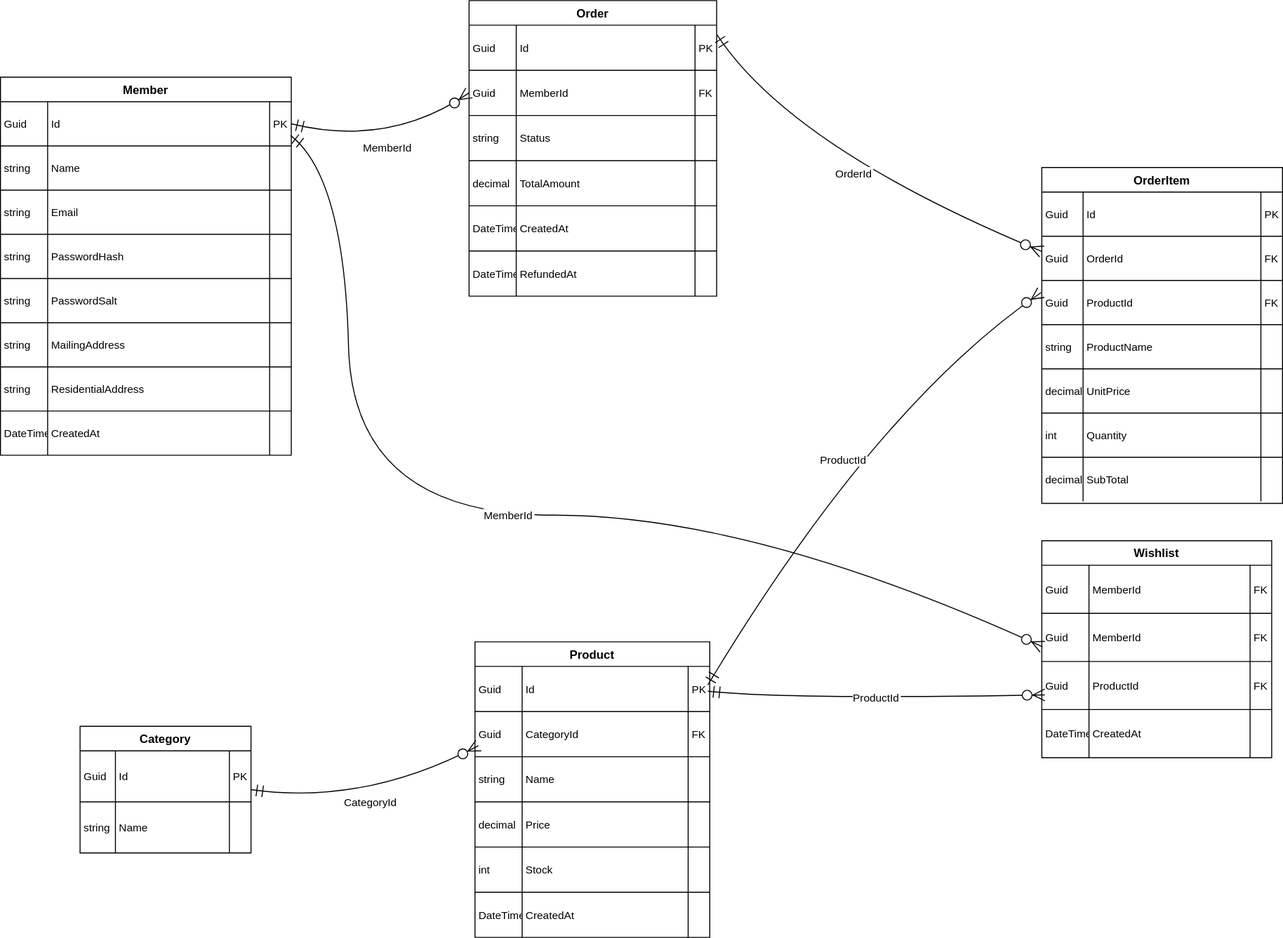
This is docs/資料表關聯.drawio.svg from qaz54783305/MiraiShop, a draw.io export, as it was before one commit. Source tidied: cells renumbered, new cells last; positions are measured from the earlier drawing's top-left corner, leaving out a move shared by most shapes.
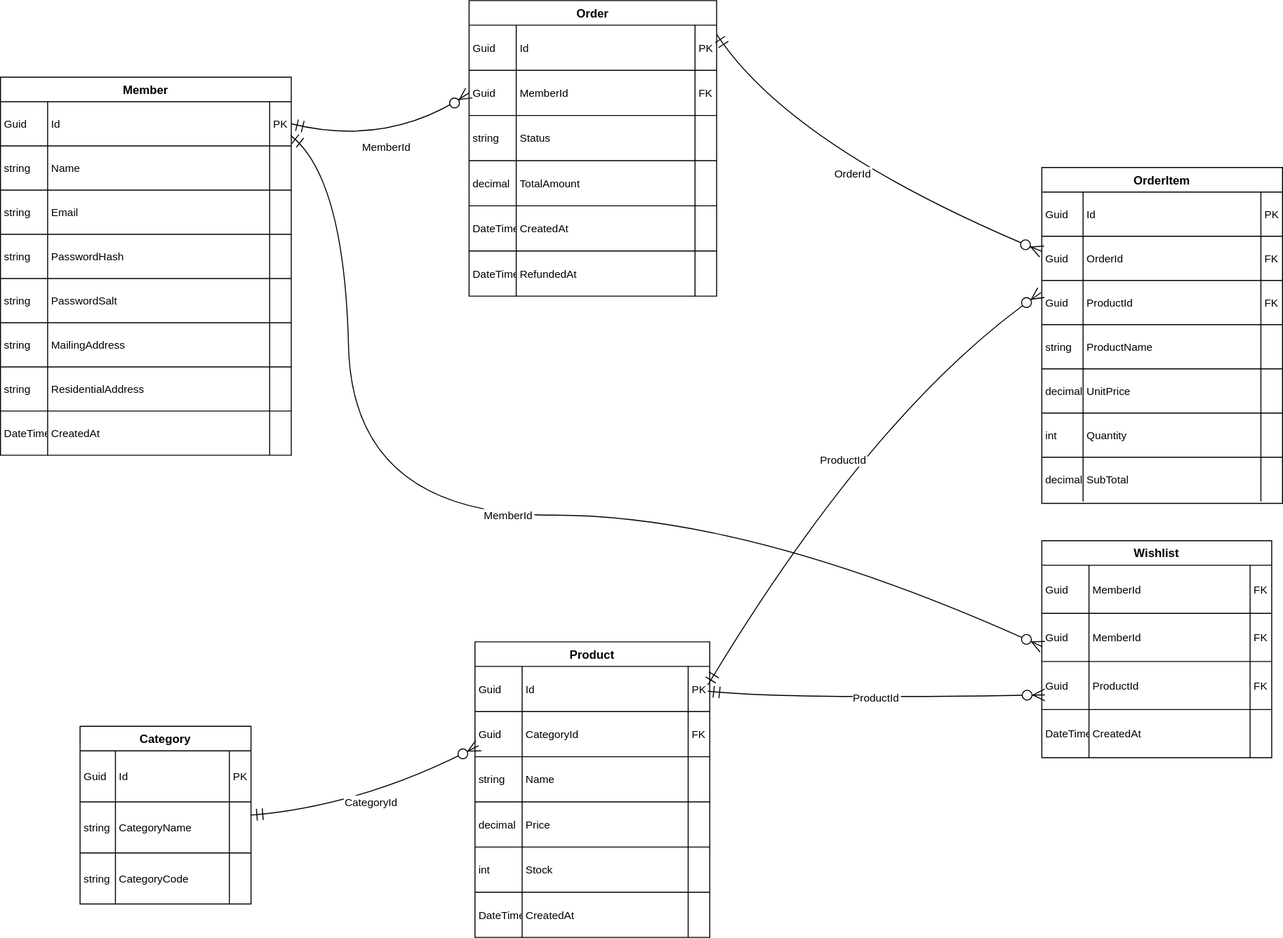
The same diagram one commit later.

Commit message:
Alter:Category新增一個欄位＆修改欄位名稱

What changed in the source:
```diff
@@ -339,7 +339,7 @@
       <mxGeometry x="217" width="22" height="46" as="geometry" />
     </mxCell>
     <mxCell id="114" value="Category" style="shape=table;startSize=25;rowLines=1;fontStyle=1;align=center;" parent="1" vertex="1">
-      <mxGeometry x="81" y="739" width="174" height="129" as="geometry" />
+      <mxGeometry x="81" y="739" width="174" height="181" as="geometry" />
     </mxCell>
     <mxCell id="115" style="shape=tableRow;horizontal=0;startSize=0;swimlaneHead=0;swimlaneBody=0;fillColor=none;top=0;left=0;right=0;bottom=0;" parent="114" vertex="1">
       <mxGeometry y="25" width="174" height="52" as="geometry" />
@@ -359,12 +359,24 @@
     <mxCell id="120" value="string" style="shape=partialRectangle;fillColor=none;top=0;left=0;bottom=0;right=0;align=left;spacingLeft=2;overflow=hidden;fontSize=11;" parent="119" vertex="1">
       <mxGeometry width="36" height="52" as="geometry" />
     </mxCell>
-    <mxCell id="121" value="Name" style="shape=partialRectangle;fillColor=none;top=0;left=0;bottom=0;right=0;align=left;spacingLeft=2;overflow=hidden;fontSize=11;" parent="119" vertex="1">
+    <mxCell id="121" value="CategoryName" style="shape=partialRectangle;fillColor=none;top=0;left=0;bottom=0;right=0;align=left;spacingLeft=2;overflow=hidden;fontSize=11;" parent="119" vertex="1">
       <mxGeometry x="36" width="116" height="52" as="geometry" />
     </mxCell>
     <mxCell id="122" style="shape=partialRectangle;fillColor=none;top=0;left=0;bottom=0;right=0;align=left;spacingLeft=2;overflow=hidden;fontSize=11;" parent="119" vertex="1">
       <mxGeometry x="152" width="22" height="52" as="geometry" />
     </mxCell>
+    <mxCell id="146" style="shape=tableRow;horizontal=0;startSize=0;swimlaneHead=0;swimlaneBody=0;fillColor=none;top=0;left=0;right=0;bottom=0;" parent="114" vertex="1">
+      <mxGeometry y="129" width="174" height="52" as="geometry" />
+    </mxCell>
+    <mxCell id="147" value="string" style="shape=partialRectangle;fillColor=none;top=0;left=0;bottom=0;right=0;align=left;spacingLeft=2;overflow=hidden;fontSize=11;" parent="146" vertex="1">
+      <mxGeometry width="36" height="52" as="geometry" />
+    </mxCell>
+    <mxCell id="148" value="CategoryCode" style="shape=partialRectangle;fillColor=none;top=0;left=0;bottom=0;right=0;align=left;spacingLeft=2;overflow=hidden;fontSize=11;" parent="146" vertex="1">
+      <mxGeometry x="36" width="116" height="52" as="geometry" />
+    </mxCell>
+    <mxCell id="149" style="shape=partialRectangle;fillColor=none;top=0;left=0;bottom=0;right=0;align=left;spacingLeft=2;overflow=hidden;fontSize=11;" parent="146" vertex="1">
+      <mxGeometry x="152" width="22" height="52" as="geometry" />
+    </mxCell>
     <mxCell id="123" value="Wishlist" style="shape=table;startSize=25;rowLines=1;fontStyle=1;align=center;" parent="1" vertex="1">
       <mxGeometry x="1060" y="550" width="234" height="221" as="geometry" />
     </mxCell>
```
